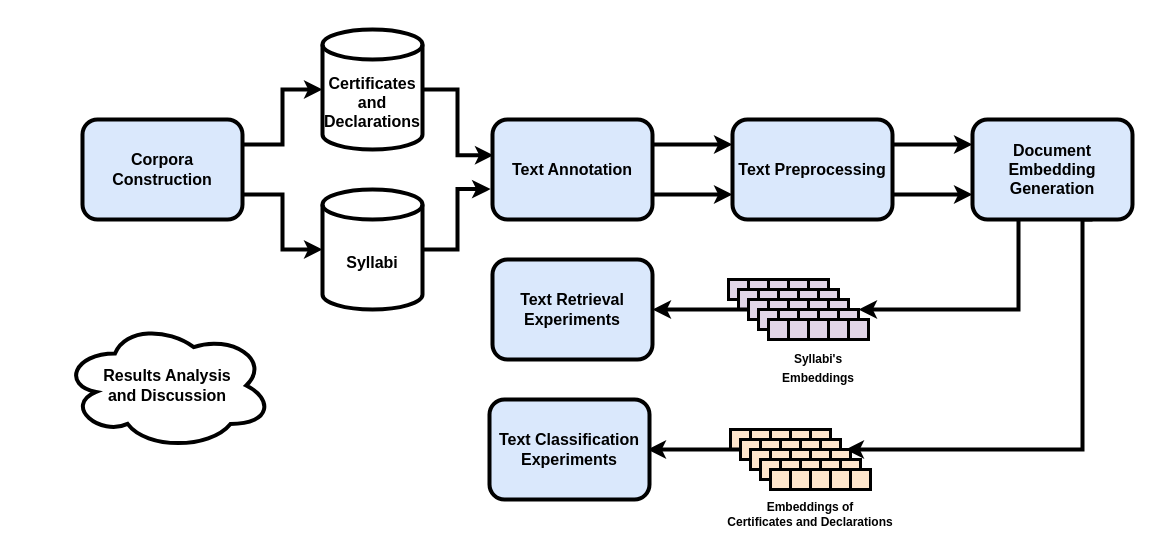
This is sbsi2024.drawio from viniciusrpb/drawio_flowcharts, a draw.io file, before an edit. Source tidied: cells renumbered, new cells numbered last; positions are measured from the earlier drawing's top-left corner, leaving out a move shared by most shapes. Both pictures are drawn from the tidied source at 100%, with x=0, y=0 at pixel (62, 29).
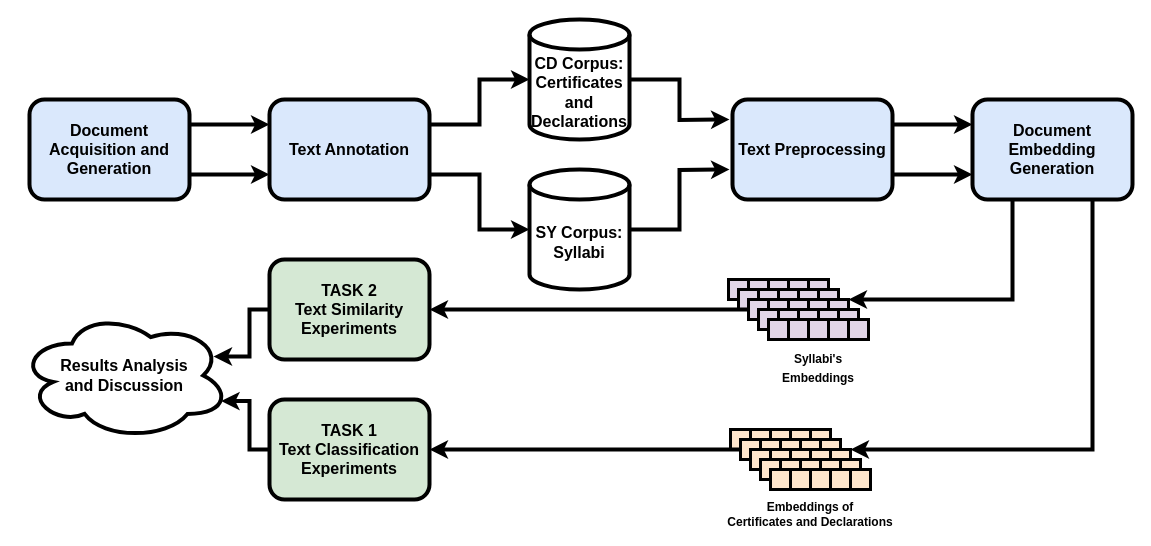
The same diagram, later.

The change refers to these unchanged cells:
```xml
<mxCell id="21" style="rounded=0;whiteSpace=wrap;html=1;strokeWidth=3;fillColor=#ffe6cc;strokeColor=#000000;" parent="1" vertex="1">
  <mxGeometry x="678" y="410" width="20" height="20" as="geometry" />
</mxCell>
<mxCell id="30" style="rounded=0;whiteSpace=wrap;html=1;strokeWidth=3;fillColor=#ffe6cc;strokeColor=#000000;" parent="1" vertex="1">
  <mxGeometry x="768" y="420" width="20" height="20" as="geometry" />
</mxCell>
<mxCell id="56" style="rounded=0;whiteSpace=wrap;html=1;strokeWidth=3;fillColor=#e1d5e7;strokeColor=#000000;" parent="1" vertex="1">
  <mxGeometry x="766" y="270" width="20" height="20" as="geometry" />
</mxCell>
```

The edit, as a diff of the source:
```diff
@@
-    <mxCell id="2" style="edgeStyle=orthogonalEdgeStyle;rounded=0;jettySize=auto;html=1;exitX=1;exitY=0.25;exitDx=0;exitDy=0;entryX=0;entryY=0.25;entryDx=0;entryDy=0;strokeWidth=4;" parent="1" edge="1" source="4" target="14">
-      <mxGeometry relative="1" as="geometry" />
-    </mxCell>
-    <mxCell id="3" style="edgeStyle=orthogonalEdgeStyle;rounded=0;jettySize=auto;html=1;exitX=1;exitY=0.75;exitDx=0;exitDy=0;entryX=0;entryY=0.75;entryDx=0;entryDy=0;strokeWidth=4;" parent="1" edge="1" source="4" target="14">
-      <mxGeometry relative="1" as="geometry" />
-    </mxCell>
     <mxCell id="4" value="Text Annotation" style="rounded=1;whiteSpace=wrap;html=1;fontSize=16;glass=0;strokeWidth=4;shadow=0;fillColor=#dae8fc;strokeColor=#000000;fontStyle=1;" parent="1" vertex="1">
-      <mxGeometry x="430" y="90" width="160" height="100" as="geometry" />
+      <mxGeometry x="207" y="70" width="160" height="100" as="geometry" />
     </mxCell>
-    <mxCell id="5" style="edgeStyle=orthogonalEdgeStyle;rounded=0;jettySize=auto;html=1;entryX=0.006;entryY=0.357;entryDx=0;entryDy=0;entryPerimeter=0;strokeWidth=4;" parent="1" edge="1" source="6" target="4">
-      <mxGeometry relative="1" as="geometry" />
-    </mxCell>
+    <mxCell id="75" style="edgeStyle=orthogonalEdgeStyle;rounded=0;jettySize=auto;html=1;strokeWidth=4;" parent="1" edge="1" source="6">
+      <mxGeometry relative="1" as="geometry">
+        <mxPoint x="667" y="90" as="targetPoint" />
+      </mxGeometry>
+    </mxCell>
-    <mxCell id="6" value="&lt;div style=&quot;font-size: 16px;&quot;&gt;Certificates&lt;/div&gt;&lt;div style=&quot;font-size: 16px;&quot;&gt;and Declarations&lt;br style=&quot;font-size: 16px;&quot;&gt;&lt;/div&gt;" style="shape=cylinder3;whiteSpace=wrap;html=1;boundedLbl=1;backgroundOutline=1;size=15;fontSize=16;fontStyle=1;strokeWidth=4;" parent="1" vertex="1">
-      <mxGeometry x="260" width="100" height="120" as="geometry" />
+    <mxCell id="6" value="&lt;div style=&quot;font-size: 16px;&quot;&gt;CD Corpus:&lt;/div&gt;&lt;div style=&quot;font-size: 16px;&quot;&gt;Certificates&lt;/div&gt;&lt;div style=&quot;font-size: 16px;&quot;&gt;and Declarations&lt;/div&gt;" style="shape=cylinder3;whiteSpace=wrap;html=1;boundedLbl=1;backgroundOutline=1;size=15;fontSize=16;fontStyle=1;strokeWidth=4;" parent="1" vertex="1">
+      <mxGeometry x="467" y="-10" width="100" height="120" as="geometry" />
     </mxCell>
+    <mxCell id="76" style="edgeStyle=orthogonalEdgeStyle;rounded=0;jettySize=auto;html=1;exitX=1;exitY=0.5;exitDx=0;exitDy=0;exitPerimeter=0;strokeWidth=4;" parent="1" edge="1" source="7">
+      <mxGeometry relative="1" as="geometry">
+        <mxPoint x="667" y="140" as="targetPoint" />
+      </mxGeometry>
+    </mxCell>
-    <mxCell id="7" value="Syllabi" style="shape=cylinder3;whiteSpace=wrap;html=1;boundedLbl=1;backgroundOutline=1;size=15;fontSize=16;fontStyle=1;strokeWidth=4;" parent="1" vertex="1">
-      <mxGeometry x="260" y="160" width="100" height="120" as="geometry" />
+    <mxCell id="7" value="SY Corpus:&lt;br&gt;Syllabi" style="shape=cylinder3;whiteSpace=wrap;html=1;boundedLbl=1;backgroundOutline=1;size=15;fontSize=16;fontStyle=1;strokeWidth=4;" parent="1" vertex="1">
+      <mxGeometry x="467" y="140" width="100" height="120" as="geometry" />
     </mxCell>
-    <mxCell id="8" style="edgeStyle=orthogonalEdgeStyle;rounded=0;orthogonalLoop=1;jettySize=auto;html=1;strokeWidth=4;" parent="1" edge="1">
-      <mxGeometry relative="1" as="geometry">
-        <mxPoint x="956" y="190" as="sourcePoint" />
-        <mxPoint x="796" y="280" as="targetPoint" />
-        <Array as="points">
-          <mxPoint x="956" y="280" />
-        </Array>
-      </mxGeometry>
-    </mxCell>
-    <mxCell id="9" style="edgeStyle=orthogonalEdgeStyle;rounded=0;jettySize=auto;html=1;exitX=0.75;exitY=1;exitDx=0;exitDy=0;entryX=0.75;entryY=0;entryDx=0;entryDy=0;strokeWidth=4;" parent="1" edge="1" source="10" target="30">
+    <mxCell id="9" style="edgeStyle=orthogonalEdgeStyle;rounded=0;jettySize=auto;html=1;exitX=0.75;exitY=1;exitDx=0;exitDy=0;entryX=1;entryY=0;entryDx=0;entryDy=0;strokeWidth=4;" parent="1" edge="1" source="10" target="30">
       <mxGeometry relative="1" as="geometry">
         <Array as="points">
-          <mxPoint x="1020" y="190" />
-          <mxPoint x="1020" y="420" />
+          <mxPoint x="1030" y="420" />
         </Array>
       </mxGeometry>
     </mxCell>
+    <mxCell id="77" style="edgeStyle=orthogonalEdgeStyle;rounded=0;jettySize=auto;html=1;exitX=0.25;exitY=1;exitDx=0;exitDy=0;entryX=1;entryY=0;entryDx=0;entryDy=0;strokeWidth=4;" parent="1" edge="1" source="10" target="56">
+      <mxGeometry relative="1" as="geometry">
+        <Array as="points">
+          <mxPoint x="950" y="270" />
+        </Array>
+      </mxGeometry>
+    </mxCell>
     <mxCell id="10" value="&lt;div&gt;Document Embedding&lt;/div&gt;&lt;div&gt;Generation&lt;br&gt;&lt;/div&gt;" style="rounded=1;whiteSpace=wrap;html=1;fontSize=16;glass=0;strokeWidth=4;shadow=0;fillColor=#dae8fc;strokeColor=#000000;fontStyle=1;" parent="1" vertex="1">
-      <mxGeometry x="910" y="90" width="160" height="100" as="geometry" />
+      <mxGeometry x="910" y="70" width="160" height="100" as="geometry" />
     </mxCell>
-    <mxCell id="11" style="edgeStyle=orthogonalEdgeStyle;rounded=0;jettySize=auto;html=1;entryX=-0.012;entryY=0.696;entryDx=0;entryDy=0;entryPerimeter=0;strokeWidth=4;" parent="1" edge="1" source="7" target="4">
-      <mxGeometry relative="1" as="geometry" />
-    </mxCell>
@@
     <mxCell id="14" value="Text Preprocessing" style="rounded=1;whiteSpace=wrap;html=1;fontSize=16;glass=0;strokeWidth=4;shadow=0;fillColor=#dae8fc;strokeColor=#000000;fontStyle=1;" parent="1" vertex="1">
-      <mxGeometry x="670" y="90" width="160" height="100" as="geometry" />
+      <mxGeometry x="670" y="70" width="160" height="100" as="geometry" />
     </mxCell>
@@
-    <mxCell id="20" style="edgeStyle=orthogonalEdgeStyle;rounded=0;jettySize=auto;html=1;entryX=1;entryY=0.5;entryDx=0;entryDy=0;strokeWidth=4;" parent="1" edge="1" source="21">
-      <mxGeometry relative="1" as="geometry">
-        <mxPoint x="585" y="420" as="targetPoint" />
-      </mxGeometry>
+    <mxCell id="20" style="edgeStyle=orthogonalEdgeStyle;rounded=0;jettySize=auto;html=1;entryX=1;entryY=0.5;entryDx=0;entryDy=0;strokeWidth=4;" parent="1" edge="1" source="21" target="68">
+      <mxGeometry relative="1" as="geometry" />
     </mxCell>
@@
-    <mxCell id="67" value="&lt;div&gt;Text Retrieval&lt;/div&gt;&lt;div&gt;Experiments&lt;br&gt;&lt;/div&gt;" style="rounded=1;whiteSpace=wrap;html=1;fontSize=16;glass=0;strokeWidth=4;shadow=0;fillColor=#dae8fc;strokeColor=#000000;fontStyle=1;" parent="1" vertex="1">
-      <mxGeometry x="430" y="230" width="160" height="100" as="geometry" />
+    <mxCell id="67" value="&lt;div&gt;&lt;span style=&quot;background-color: initial;&quot;&gt;TASK 2&lt;/span&gt;&lt;/div&gt;&lt;div&gt;&lt;span style=&quot;background-color: initial;&quot;&gt;Text Similarity Experiments&lt;/span&gt;&lt;br&gt;&lt;/div&gt;" style="rounded=1;whiteSpace=wrap;html=1;fontSize=16;glass=0;strokeWidth=4;shadow=0;fillColor=#d5e8d4;strokeColor=#000000;fontStyle=1;" parent="1" vertex="1">
+      <mxGeometry x="207" y="230" width="160" height="100" as="geometry" />
     </mxCell>
-    <mxCell id="68" value="&lt;div&gt;Text Classification&lt;/div&gt;&lt;div&gt;Experiments&lt;br&gt;&lt;/div&gt;" style="rounded=1;whiteSpace=wrap;html=1;fontSize=16;glass=0;strokeWidth=4;shadow=0;fillColor=#dae8fc;strokeColor=#000000;fontStyle=1;" parent="1" vertex="1">
-      <mxGeometry x="427" y="370" width="160" height="100" as="geometry" />
+    <mxCell id="68" value="&lt;div&gt;TASK 1&lt;/div&gt;&lt;div&gt;Text Classification&lt;/div&gt;&lt;div&gt;Experiments&lt;br&gt;&lt;/div&gt;" style="rounded=1;whiteSpace=wrap;html=1;fontSize=16;glass=0;strokeWidth=4;shadow=0;fillColor=#d5e8d4;strokeColor=#000000;fontStyle=1;" parent="1" vertex="1">
+      <mxGeometry x="207" y="370" width="160" height="100" as="geometry" />
     </mxCell>
@@
     <mxCell id="71" value="&lt;div style=&quot;font-size: 16px;&quot;&gt;Results Analysis&lt;/div&gt;&lt;div style=&quot;font-size: 16px;&quot;&gt;and Discussion&lt;br style=&quot;font-size: 16px;&quot;&gt;&lt;/div&gt;" style="ellipse;shape=cloud;whiteSpace=wrap;html=1;strokeWidth=4;fontSize=16;fontStyle=1;" parent="1" vertex="1">
-      <mxGeometry y="292" width="210" height="128" as="geometry" />
+      <mxGeometry x="-43" y="282" width="210" height="128" as="geometry" />
     </mxCell>
+    <mxCell id="78" style="edgeStyle=orthogonalEdgeStyle;rounded=0;jettySize=auto;html=1;exitX=1;exitY=0.25;exitDx=0;exitDy=0;entryX=0;entryY=0.25;entryDx=0;entryDy=0;strokeWidth=4;" parent="1" edge="1" source="72" target="4">
+      <mxGeometry relative="1" as="geometry" />
+    </mxCell>
+    <mxCell id="79" style="edgeStyle=orthogonalEdgeStyle;rounded=0;jettySize=auto;html=1;exitX=1;exitY=0.75;exitDx=0;exitDy=0;entryX=0;entryY=0.75;entryDx=0;entryDy=0;strokeWidth=4;" parent="1" edge="1" source="72" target="4">
+      <mxGeometry relative="1" as="geometry" />
+    </mxCell>
-    <mxCell id="72" value="&lt;div&gt;Corpora&lt;/div&gt;&lt;div&gt;Construction&lt;br&gt;&lt;/div&gt;" style="rounded=1;whiteSpace=wrap;html=1;fontSize=16;glass=0;strokeWidth=4;shadow=0;fillColor=#dae8fc;strokeColor=#000000;fontStyle=1;" parent="1" vertex="1">
-      <mxGeometry x="20" y="90" width="160" height="100" as="geometry" />
+    <mxCell id="72" value="&lt;div&gt;Document Acquisition and Generation&lt;/div&gt;" style="rounded=1;whiteSpace=wrap;html=1;fontSize=16;glass=0;strokeWidth=4;shadow=0;fillColor=#dae8fc;strokeColor=#000000;fontStyle=1;" parent="1" vertex="1">
+      <mxGeometry x="-33" y="70" width="160" height="100" as="geometry" />
     </mxCell>
-    <mxCell id="73" style="edgeStyle=orthogonalEdgeStyle;rounded=0;jettySize=auto;html=1;exitX=1;exitY=0.25;exitDx=0;exitDy=0;entryX=0;entryY=0.5;entryDx=0;entryDy=0;entryPerimeter=0;strokeWidth=4;" parent="1" edge="1" source="72" target="6">
-      <mxGeometry relative="1" as="geometry" />
-    </mxCell>
-    <mxCell id="74" style="edgeStyle=orthogonalEdgeStyle;rounded=0;jettySize=auto;html=1;exitX=1;exitY=0.75;exitDx=0;exitDy=0;entryX=0;entryY=0.5;entryDx=0;entryDy=0;entryPerimeter=0;strokeWidth=4;" parent="1" edge="1" source="72" target="7">
-      <mxGeometry relative="1" as="geometry" />
-    </mxCell>
+    <mxCell id="80" style="edgeStyle=orthogonalEdgeStyle;rounded=0;jettySize=auto;html=1;exitX=1;exitY=0.25;exitDx=0;exitDy=0;entryX=0;entryY=0.5;entryDx=0;entryDy=0;entryPerimeter=0;strokeWidth=4;" parent="1" edge="1" source="4" target="6">
+      <mxGeometry relative="1" as="geometry" />
+    </mxCell>
+    <mxCell id="81" style="edgeStyle=orthogonalEdgeStyle;rounded=0;jettySize=auto;html=1;exitX=1;exitY=0.75;exitDx=0;exitDy=0;entryX=0;entryY=0.5;entryDx=0;entryDy=0;entryPerimeter=0;strokeWidth=4;" parent="1" edge="1" source="4" target="7">
+      <mxGeometry relative="1" as="geometry" />
+    </mxCell>
+    <mxCell id="82" style="edgeStyle=orthogonalEdgeStyle;rounded=0;jettySize=auto;html=1;entryX=0.924;entryY=0.352;entryDx=0;entryDy=0;entryPerimeter=0;strokeWidth=4;" parent="1" edge="1" source="67" target="71">
+      <mxGeometry relative="1" as="geometry" />
+    </mxCell>
+    <mxCell id="83" style="edgeStyle=orthogonalEdgeStyle;rounded=0;jettySize=auto;html=1;entryX=0.96;entryY=0.7;entryDx=0;entryDy=0;entryPerimeter=0;strokeWidth=4;" parent="1" edge="1" source="68" target="71">
+      <mxGeometry relative="1" as="geometry" />
+    </mxCell>
```
